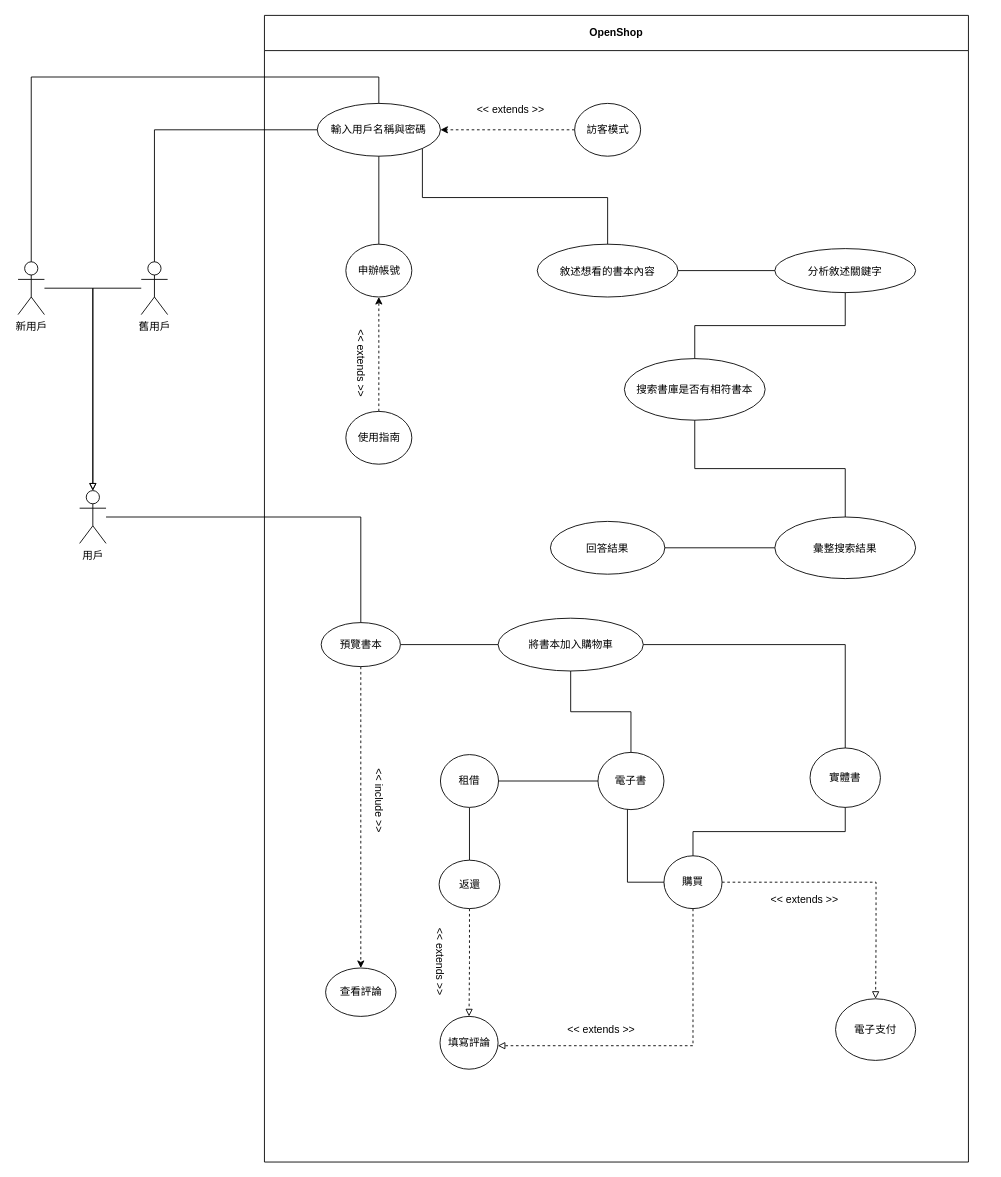
Earlier version of the draw.io diagram page "第 1 页" (1 of 4) of diagrams/未命名绘图.drawio (SparrowTen/OpenShop). Source tidied: cells renumbered, new cells numbered last; positions are measured from the earlier drawing's top-left corner, leaving out a move shared by most shapes. Both pictures are drawn from the tidied source at 88%, with x=0, y=0 at pixel (18, 15).
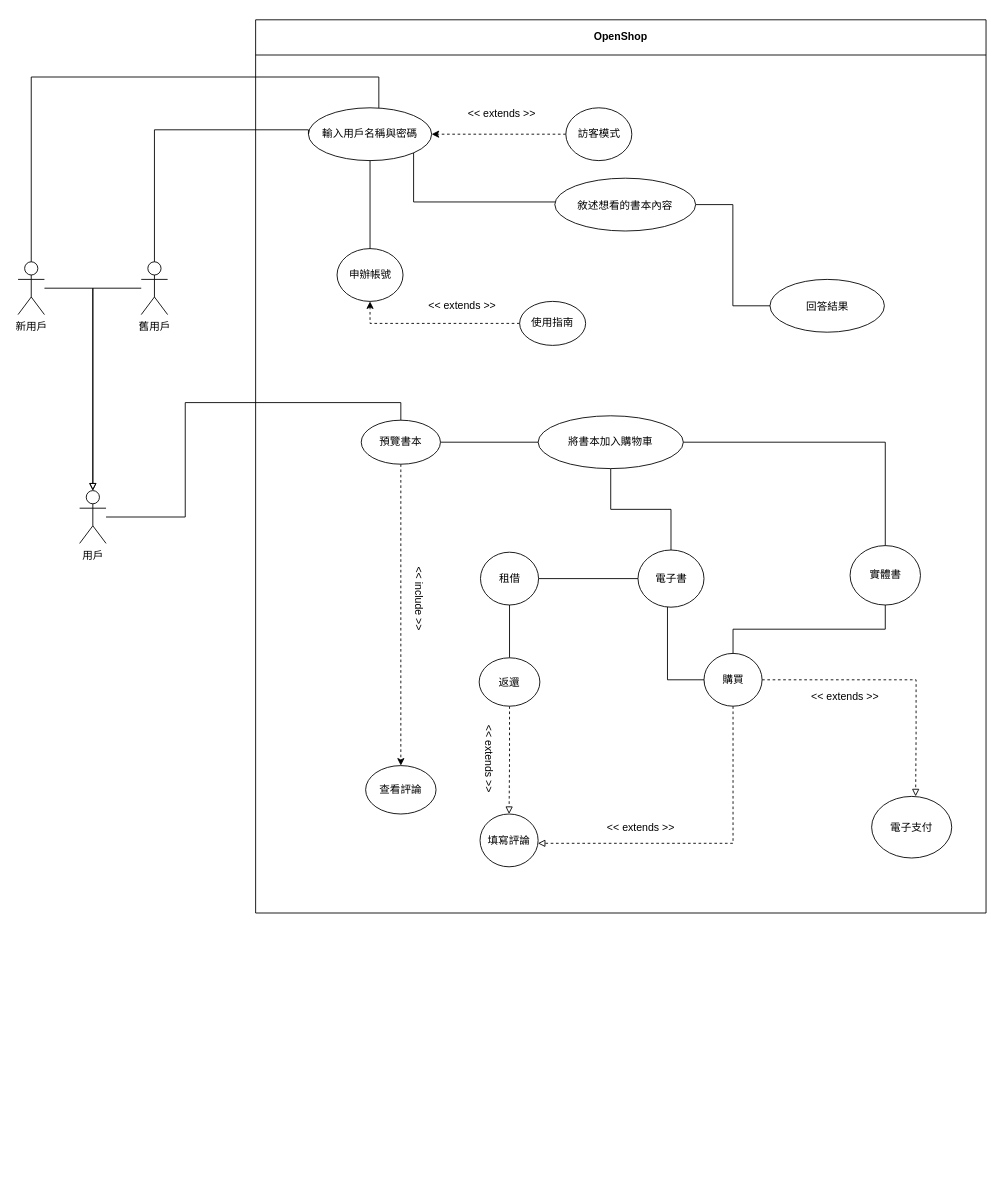
After the change.

Commit message (it also covers changes not shown here):
更新未命名绘图.drawio

Unchanged cells that the change refers to:
```xml
<mxCell id="3" value="輸入用戶名稱與密碼" style="ellipse;whiteSpace=wrap;html=1;" parent="2" vertex="1">
  <mxGeometry x="60" y="100" width="140" height="60" as="geometry" />
</mxCell>
<mxCell id="50" value="用戶" style="shape=umlActor;verticalLabelPosition=bottom;verticalAlign=top;html=1;outlineConnect=0;" parent="1" vertex="1">
  <mxGeometry x="70" y="540" width="30" height="60" as="geometry" />
</mxCell>
```

The edit, as a diff of the source:
```diff
@@
     <mxCell id="2" value="OpenShop" style="swimlane;whiteSpace=wrap;html=1;startSize=40;" parent="1" vertex="1">
-      <mxGeometry x="280" width="800" height="1303" as="geometry" />
+      <mxGeometry x="270" y="5" width="830" height="1015" as="geometry" />
     </mxCell>
@@
     <mxCell id="9" style="edgeStyle=orthogonalEdgeStyle;rounded=0;jettySize=auto;html=1;entryX=0;entryY=0.5;entryDx=0;entryDy=0;endArrow=none;endFill=0;exitX=1;exitY=1;exitDx=0;exitDy=0;" parent="2" edge="1" source="3" target="13">
       <mxGeometry relative="1" as="geometry">
         <Array as="points">
           <mxPoint x="180" y="207" />
-          <mxPoint x="390" y="207" />
-          <mxPoint x="390" y="290" />
+          <mxPoint x="400" y="207" />
         </Array>
       </mxGeometry>
     </mxCell>
     <mxCell id="10" value="使用指南" style="ellipse;whiteSpace=wrap;html=1;" parent="2" vertex="1">
-      <mxGeometry x="92.5" y="450" width="75" height="60" as="geometry" />
+      <mxGeometry x="300" y="320" width="75" height="50" as="geometry" />
     </mxCell>
@@
-    <mxCell id="12" value="&amp;lt;&amp;lt; extends &amp;gt;&amp;gt;" style="text;html=1;strokeColor=none;fillColor=none;align=center;verticalAlign=middle;whiteSpace=wrap;rounded=0;rotation=90;" parent="2" vertex="1">
-      <mxGeometry x="64.5" y="380" width="90" height="30" as="geometry" />
+    <mxCell id="12" value="&amp;lt;&amp;lt; extends &amp;gt;&amp;gt;" style="text;html=1;strokeColor=none;fillColor=none;align=center;verticalAlign=middle;whiteSpace=wrap;rounded=0;rotation=0;" parent="2" vertex="1">
+      <mxGeometry x="190" y="310" width="90" height="30" as="geometry" />
     </mxCell>
+    <mxCell id="55" style="edgeStyle=orthogonalEdgeStyle;rounded=0;jettySize=auto;html=1;entryX=0;entryY=0.5;entryDx=0;entryDy=0;endArrow=none;endFill=0;" parent="2" edge="1" source="13" target="20">
+      <mxGeometry relative="1" as="geometry" />
+    </mxCell>
     <mxCell id="13" value="&lt;span style=&quot;font-size: 12px;&quot;&gt;敘述想看的書本內容&lt;/span&gt;" style="ellipse;whiteSpace=wrap;html=1;fontSize=14;" parent="2" vertex="1">
-      <mxGeometry x="310" y="260" width="160" height="60" as="geometry" />
+      <mxGeometry x="340" y="180" width="160" height="60" as="geometry" />
     </mxCell>
-    <mxCell id="14" value="&lt;span style=&quot;font-size: 12px;&quot;&gt;分析敘述關鍵字&lt;/span&gt;" style="ellipse;whiteSpace=wrap;html=1;fontSize=14;" parent="2" vertex="1">
-      <mxGeometry x="580" y="265" width="160" height="50" as="geometry" />
-    </mxCell>
-    <mxCell id="15" style="edgeStyle=orthogonalEdgeStyle;rounded=0;jettySize=auto;html=1;exitX=1;exitY=0.5;exitDx=0;exitDy=0;fontSize=14;endArrow=none;endFill=0;" parent="2" edge="1" source="13" target="14">
-      <mxGeometry relative="1" as="geometry" />
-    </mxCell>
-    <mxCell id="16" value="&lt;span style=&quot;font-size: 12px;&quot;&gt;搜索書庫是否有相符書本&lt;/span&gt;" style="ellipse;whiteSpace=wrap;html=1;fontSize=14;" parent="2" vertex="1">
-      <mxGeometry x="409" y="390" width="160" height="70" as="geometry" />
-    </mxCell>
-    <mxCell id="17" style="edgeStyle=orthogonalEdgeStyle;rounded=0;jettySize=auto;html=1;exitX=0.5;exitY=1;exitDx=0;exitDy=0;fontSize=14;endArrow=none;endFill=0;" parent="2" edge="1" source="14" target="16">
-      <mxGeometry relative="1" as="geometry" />
+    <mxCell id="17" style="edgeStyle=orthogonalEdgeStyle;rounded=0;orthogonalLoop=1;jettySize=auto;html=1;exitX=0.5;exitY=1;exitDx=0;exitDy=0;fontSize=14;endArrow=none;endFill=0;" parent="2" edge="1">
+      <mxGeometry relative="1" as="geometry">
+        <mxPoint x="660" y="315" as="sourcePoint" />
+      </mxGeometry>
     </mxCell>
-    <mxCell id="18" value="&lt;span style=&quot;font-size: 12px;&quot;&gt;彙整搜索結果&lt;/span&gt;" style="ellipse;whiteSpace=wrap;html=1;fontSize=14;" parent="2" vertex="1">
-      <mxGeometry x="580" y="570" width="160" height="70" as="geometry" />
-    </mxCell>
-    <mxCell id="19" style="edgeStyle=orthogonalEdgeStyle;rounded=0;jettySize=auto;html=1;exitX=0.5;exitY=1;exitDx=0;exitDy=0;entryX=0.5;entryY=0;entryDx=0;entryDy=0;fontSize=14;endArrow=none;endFill=0;" parent="2" edge="1" source="16" target="18">
-      <mxGeometry relative="1" as="geometry" />
+    <mxCell id="19" style="edgeStyle=orthogonalEdgeStyle;rounded=0;orthogonalLoop=1;jettySize=auto;html=1;exitX=0.5;exitY=1;exitDx=0;exitDy=0;entryX=0.5;entryY=0;entryDx=0;entryDy=0;fontSize=14;endArrow=none;endFill=0;" parent="2" edge="1">
+      <mxGeometry relative="1" as="geometry">
+        <mxPoint x="660" y="570" as="targetPoint" />
+      </mxGeometry>
     </mxCell>
     <mxCell id="20" value="&lt;span style=&quot;font-size: 12px;&quot;&gt;回答結果&lt;/span&gt;" style="ellipse;whiteSpace=wrap;html=1;fontSize=14;" parent="2" vertex="1">
-      <mxGeometry x="325" y="575" width="130" height="60" as="geometry" />
+      <mxGeometry x="584.5" y="295" width="130" height="60" as="geometry" />
     </mxCell>
-    <mxCell id="21" style="edgeStyle=orthogonalEdgeStyle;rounded=0;jettySize=auto;html=1;exitX=0;exitY=0.5;exitDx=0;exitDy=0;fontSize=14;endArrow=none;endFill=0;" parent="2" edge="1" source="18" target="20">
-      <mxGeometry relative="1" as="geometry" />
-    </mxCell>
@@
     <mxCell id="23" value="將書本加入購物車" style="ellipse;whiteSpace=wrap;html=1;" parent="2" vertex="1">
-      <mxGeometry x="265.5" y="685" width="165" height="60" as="geometry" />
+      <mxGeometry x="321" y="450" width="165" height="60" as="geometry" />
     </mxCell>
     <mxCell id="24" value="實體書" style="ellipse;whiteSpace=wrap;html=1;" parent="2" vertex="1">
-      <mxGeometry x="620" y="832.5" width="80" height="67.5" as="geometry" />
+      <mxGeometry x="675.5" y="597.5" width="80" height="67.5" as="geometry" />
     </mxCell>
@@
     <mxCell id="27" style="edgeStyle=orthogonalEdgeStyle;rounded=0;jettySize=auto;html=1;exitX=0.5;exitY=1;exitDx=0;exitDy=0;entryX=0.009;entryY=0.571;entryDx=0;entryDy=0;entryPerimeter=0;endArrow=none;endFill=0;" parent="2" edge="1" target="33">
       <mxGeometry relative="1" as="geometry">
-        <mxPoint x="412.5" y="870" as="sourcePoint" />
+        <mxPoint x="468" y="635" as="sourcePoint" />
         <Array as="points">
-          <mxPoint x="413" y="985" />
-          <mxPoint x="455" y="985" />
+          <mxPoint x="468.5" y="750" />
+          <mxPoint x="510.5" y="750" />
         </Array>
       </mxGeometry>
     </mxCell>
     <mxCell id="28" value="電子書" style="ellipse;whiteSpace=wrap;html=1;" parent="2" vertex="1">
-      <mxGeometry x="379" y="837.5" width="75" height="65" as="geometry" />
+      <mxGeometry x="434.5" y="602.5" width="75" height="65" as="geometry" />
     </mxCell>
@@
     <mxCell id="30" value="租借" style="ellipse;whiteSpace=wrap;html=1;" parent="2" vertex="1">
-      <mxGeometry x="200" y="840" width="66" height="60" as="geometry" />
+      <mxGeometry x="255.5" y="605" width="66" height="60" as="geometry" />
     </mxCell>
     <mxCell id="31" style="edgeStyle=orthogonalEdgeStyle;rounded=0;jettySize=auto;html=1;entryX=0.995;entryY=0.555;entryDx=0;entryDy=0;entryPerimeter=0;dashed=1;endArrow=block;endFill=0;" parent="2" edge="1" source="33" target="42">
       <mxGeometry relative="1" as="geometry">
         <Array as="points">
-          <mxPoint x="487" y="1171" />
+          <mxPoint x="542.5" y="936" />
         </Array>
       </mxGeometry>
     </mxCell>
-    <mxCell id="32" style="edgeStyle=orthogonalEdgeStyle;rounded=0;jettySize=auto;html=1;exitX=1;exitY=0.5;exitDx=0;exitDy=0;entryX=0.5;entryY=0;entryDx=0;entryDy=0;dashed=1;endArrow=block;endFill=0;" parent="2" edge="1" source="33" target="45">
+    <mxCell id="32" style="edgeStyle=orthogonalEdgeStyle;rounded=0;jettySize=auto;html=1;exitX=1;exitY=0.5;exitDx=0;exitDy=0;entryX=0.5;entryY=0;entryDx=0;entryDy=0;dashed=1;endArrow=block;endFill=0;" parent="2" edge="1" source="33">
       <mxGeometry relative="1" as="geometry">
+        <mxPoint x="750" y="882.5" as="targetPoint" />
         <Array as="points">
-          <mxPoint x="695" y="985" />
-          <mxPoint x="695" y="1050" />
+          <mxPoint x="750.5" y="750" />
+          <mxPoint x="750.5" y="815" />
         </Array>
       </mxGeometry>
     </mxCell>
     <mxCell id="33" value="購買" style="ellipse;whiteSpace=wrap;html=1;" parent="2" vertex="1">
-      <mxGeometry x="454" y="955" width="66" height="60" as="geometry" />
+      <mxGeometry x="509.5" y="720" width="66" height="60" as="geometry" />
     </mxCell>
@@
     <mxCell id="37" value="預覽書本" style="ellipse;whiteSpace=wrap;html=1;" parent="2" vertex="1">
-      <mxGeometry x="64.5" y="690" width="90" height="50" as="geometry" />
+      <mxGeometry x="120" y="455" width="90" height="50" as="geometry" />
     </mxCell>
@@
     <mxCell id="39" value="返還" style="ellipse;whiteSpace=wrap;html=1;" parent="2" vertex="1">
-      <mxGeometry x="198.5" y="960" width="69" height="55" as="geometry" />
+      <mxGeometry x="254" y="725" width="69" height="55" as="geometry" />
     </mxCell>
     <mxCell id="40" value="&amp;lt;&amp;lt; include &amp;gt;&amp;gt;" style="text;html=1;align=center;verticalAlign=middle;strokeColor=none;fillColor=none;rotation=90;" parent="2" vertex="1">
-      <mxGeometry x="80" y="877" width="100" height="30" as="geometry" />
+      <mxGeometry x="135.5" y="642" width="100" height="30" as="geometry" />
     </mxCell>
     <mxCell id="41" value="查看評論" style="ellipse;whiteSpace=wrap;html=1;" parent="2" vertex="1">
-      <mxGeometry x="69.5" y="1082.5" width="80" height="55" as="geometry" />
+      <mxGeometry x="125" y="847.5" width="80" height="55" as="geometry" />
     </mxCell>
     <mxCell id="42" value="填寫評論" style="ellipse;whiteSpace=wrap;html=1;" parent="2" vertex="1">
-      <mxGeometry x="199.5" y="1137.5" width="66" height="60" as="geometry" />
+      <mxGeometry x="255" y="902.5" width="66" height="60" as="geometry" />
     </mxCell>
     <mxCell id="43" value="&amp;lt;&amp;lt; extends &amp;gt;&amp;gt;" style="text;html=1;strokeColor=none;fillColor=none;align=center;verticalAlign=middle;whiteSpace=wrap;rounded=0;rotation=90;" parent="2" vertex="1">
-      <mxGeometry x="154.5" y="1060" width="90" height="30" as="geometry" />
+      <mxGeometry x="220" y="825" width="90" height="30" as="geometry" />
     </mxCell>
     <mxCell id="44" value="&amp;lt;&amp;lt; extends &amp;gt;&amp;gt;" style="text;html=1;strokeColor=none;fillColor=none;align=center;verticalAlign=middle;whiteSpace=wrap;rounded=0;rotation=0;" parent="2" vertex="1">
-      <mxGeometry x="337.5" y="1137.5" width="90" height="30" as="geometry" />
+      <mxGeometry x="393" y="902.5" width="90" height="30" as="geometry" />
     </mxCell>
     <mxCell id="45" value="電子支付" style="ellipse;whiteSpace=wrap;html=1;" parent="2" vertex="1">
-      <mxGeometry x="649" y="1117.5" width="91" height="70" as="geometry" />
+      <mxGeometry x="700" y="882.5" width="91" height="70" as="geometry" />
     </mxCell>
     <mxCell id="46" value="&amp;lt;&amp;lt; extends &amp;gt;&amp;gt;" style="text;html=1;strokeColor=none;fillColor=none;align=center;verticalAlign=middle;whiteSpace=wrap;rounded=0;rotation=0;" parent="2" vertex="1">
-      <mxGeometry x="569" y="990" width="90" height="30" as="geometry" />
+      <mxGeometry x="624.5" y="755" width="90" height="30" as="geometry" />
     </mxCell>
@@
     <mxCell id="49" style="edgeStyle=orthogonalEdgeStyle;rounded=0;jettySize=auto;html=1;entryX=0.5;entryY=0;entryDx=0;entryDy=0;endArrow=none;endFill=0;" parent="1" edge="1" source="50" target="37">
-      <mxGeometry relative="1" as="geometry" />
+      <mxGeometry relative="1" as="geometry">
+        <Array as="points">
+          <mxPoint x="190" y="570" />
+          <mxPoint x="190" y="440" />
+          <mxPoint x="435" y="440" />
+        </Array>
+      </mxGeometry>
     </mxCell>
```
